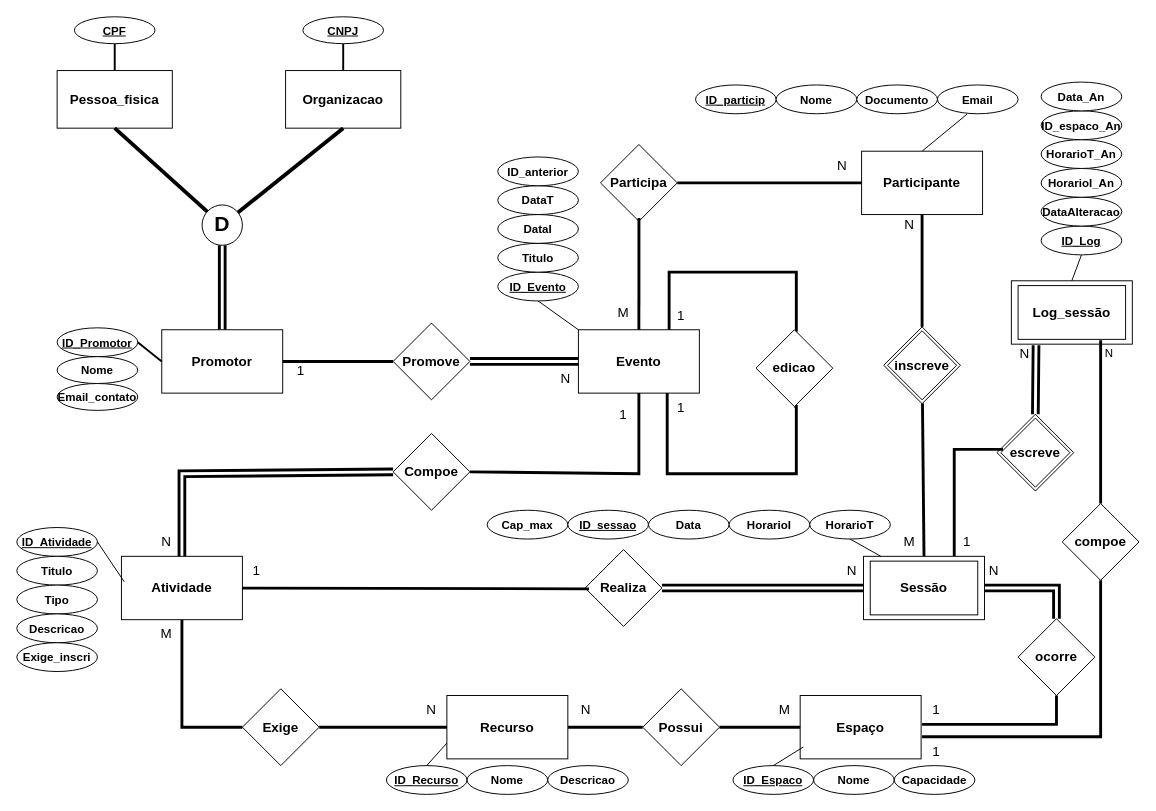
Above: modelos/MER_trabalho_bd.drawio in JoaoMarcelo-Faria/Event_manager (draw.io), before the change. Source tidied: cells renumbered, new cells numbered last; positions are measured from the earlier drawing's top-left corner, leaving out a move shared by most shapes. Both pictures are drawn from the tidied source at 96%, with x=0, y=0 at pixel (16, 16).
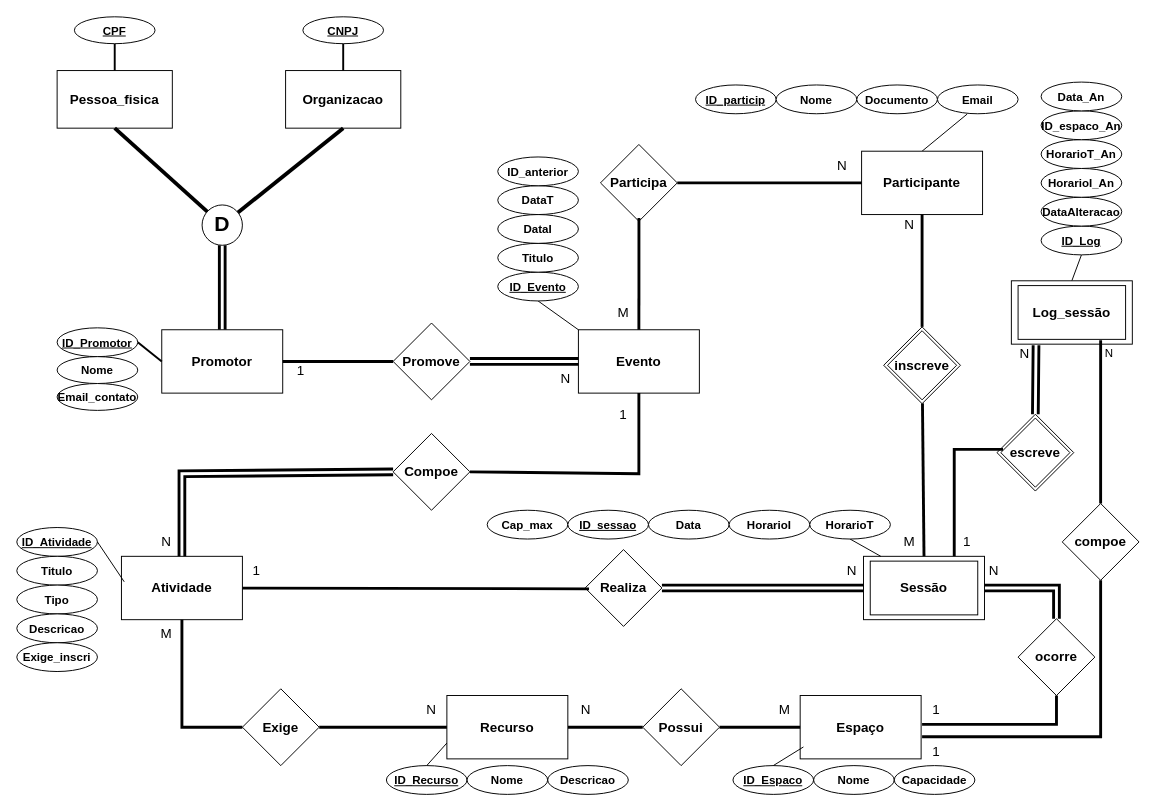
The same diagram, later.

The change refers to these unchanged cells:
```xml
<mxCell id="18" value="Evento" style="rounded=0;whiteSpace=wrap;html=1;fillColor=light-dark(#FFFFFF,#FFFF00);fontSize=14;fontStyle=1;fontColor=light-dark(#000000,#000000);" parent="1" vertex="1">
  <mxGeometry x="585" y="326" width="126" height="66" as="geometry" />
</mxCell>
```

Diff of the diagram source:
```diff
@@
-    <mxCell id="17" style="edgeStyle=orthogonalEdgeStyle;rounded=0;jettySize=auto;html=1;exitX=0.75;exitY=1;exitDx=0;exitDy=0;endArrow=none;endFill=0;strokeWidth=3;entryX=0.5;entryY=1;entryDx=0;entryDy=0;" parent="1" edge="1" target="48">
-      <mxGeometry x="0.27" relative="1" as="geometry">
-        <mxPoint x="677.5" y="392" as="sourcePoint" />
-        <Array as="points">
-          <mxPoint x="677.5" y="476" />
-          <mxPoint x="812" y="476" />
-          <mxPoint x="812" y="406" />
-        </Array>
-      </mxGeometry>
-    </mxCell>
@@
-    <mxCell id="47" style="edgeStyle=orthogonalEdgeStyle;rounded=0;jettySize=auto;html=1;entryX=0.75;entryY=0;entryDx=0;entryDy=0;endArrow=none;endFill=0;strokeWidth=3;" parent="1" edge="1" source="48" target="18">
-      <mxGeometry relative="1" as="geometry">
-        <Array as="points">
-          <mxPoint x="812" y="266" />
-          <mxPoint x="679.5" y="266" />
-        </Array>
-      </mxGeometry>
-    </mxCell>
-    <mxCell id="48" value="edicao" style="rhombus;whiteSpace=wrap;html=1;shapeInside=1;rounded=0;strokeColor=default;align=center;verticalAlign=middle;fontFamily=Helvetica;fontSize=14;fontColor=light-dark(#000000,#000000);fontStyle=1;fillColor=light-dark(#FFFFFF,#FFFF00);" parent="1" vertex="1">
-      <mxGeometry x="770" y="326" width="80" height="80" as="geometry" />
-    </mxCell>
-    <mxCell id="49" value="&lt;font style=&quot;font-size: 14px;&quot;&gt;1&lt;/font&gt;" style="text;html=1;whiteSpace=wrap;strokeColor=none;fillColor=none;align=center;verticalAlign=middle;rounded=0;" parent="1" vertex="1">
-      <mxGeometry x="662" y="392" width="60" height="30" as="geometry" />
-    </mxCell>
-    <mxCell id="50" value="&lt;font style=&quot;font-size: 14px;&quot;&gt;1&lt;/font&gt;" style="text;html=1;whiteSpace=wrap;strokeColor=none;fillColor=none;align=center;verticalAlign=middle;rounded=0;" parent="1" vertex="1">
-      <mxGeometry x="662" y="296" width="60" height="30" as="geometry" />
-    </mxCell>
```
